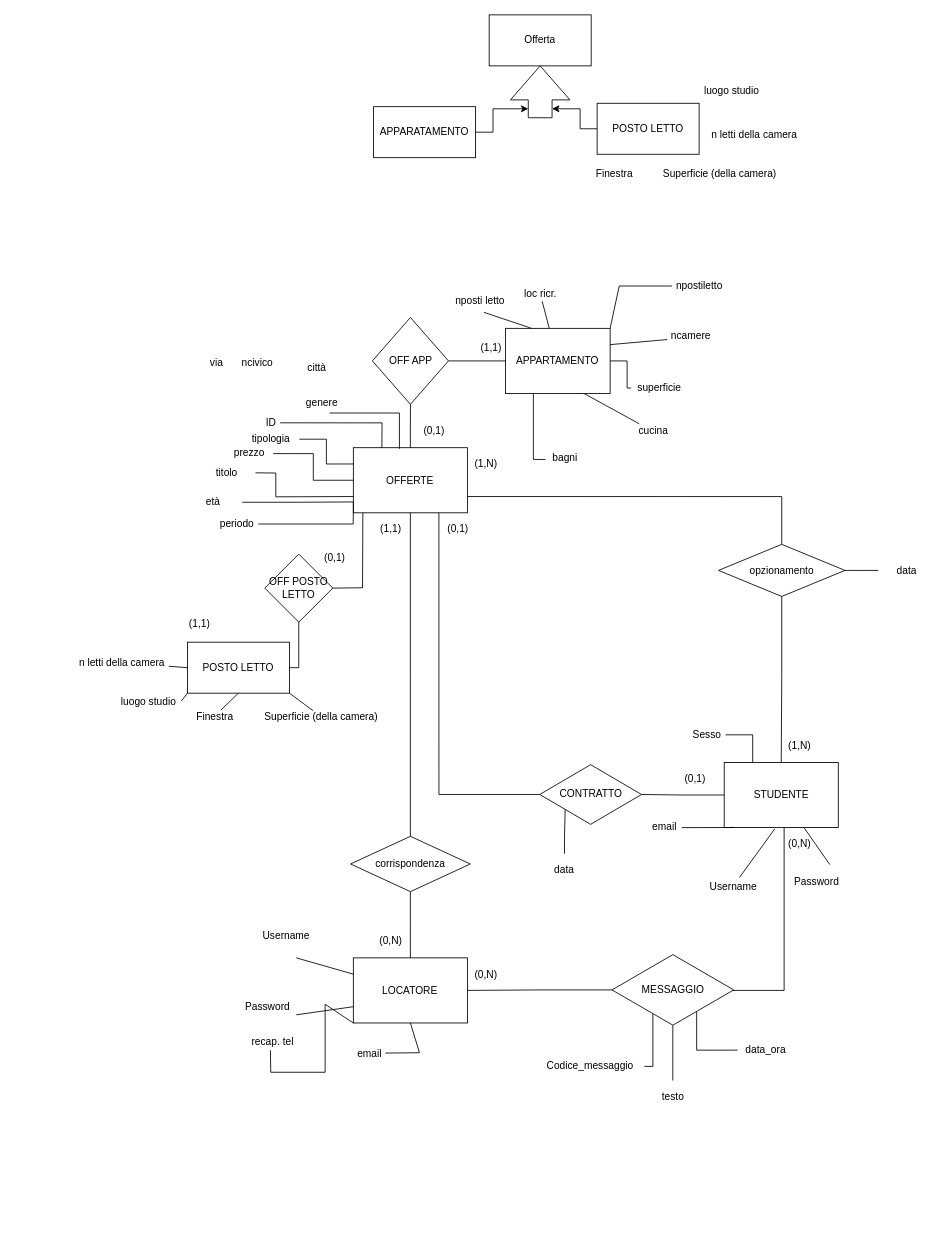
Before: techweb_db.drawio in DavideNunin/TecnologieWeb, a draw.io diagram. Source tidied: cells renumbered, new cells numbered last; positions are measured from the earlier drawing's top-left corner, leaving out a move shared by most shapes. Both pictures are drawn from the tidied source at 85%, with x=0, y=0 at pixel (71, 14).
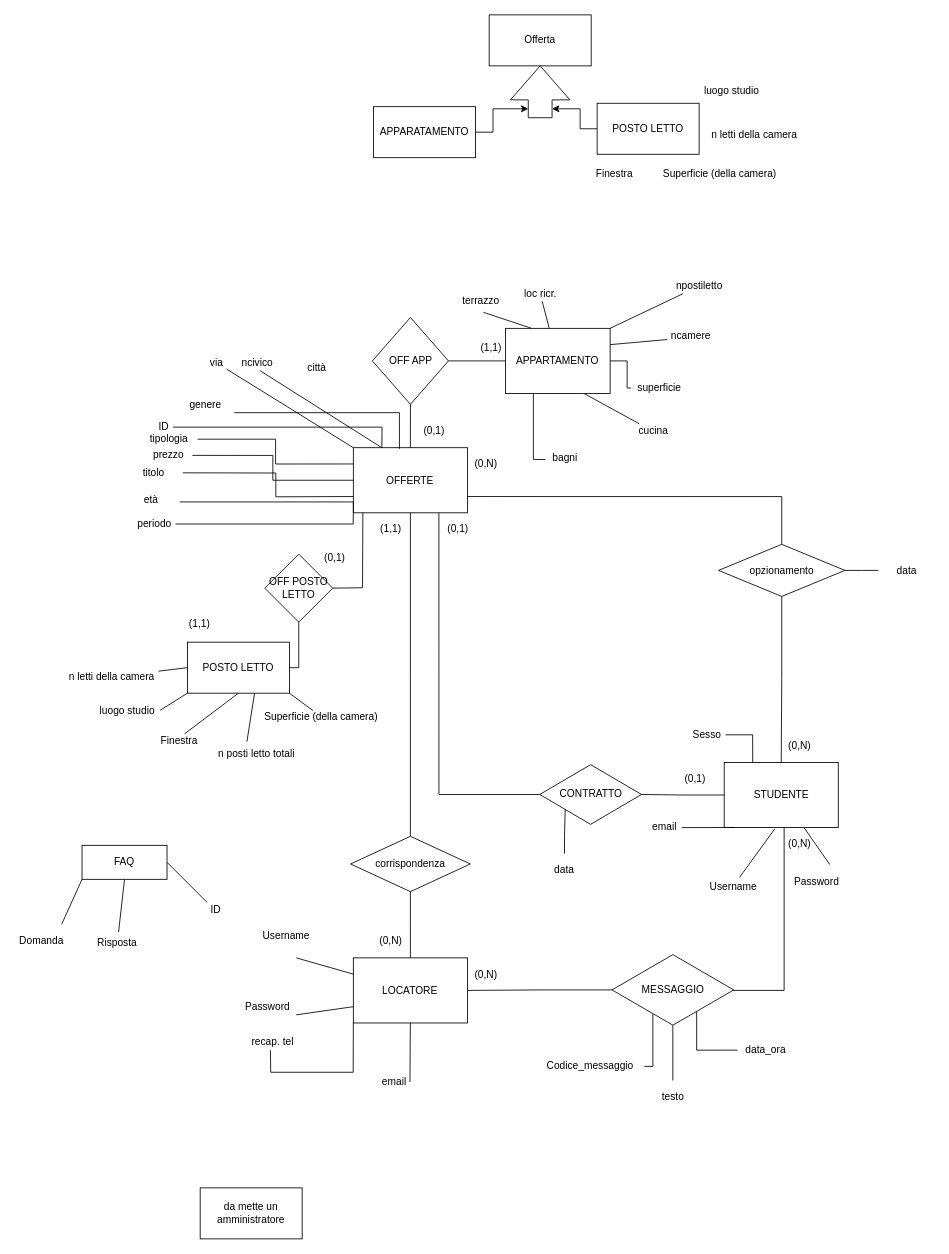
Above is the later version.

Commit message:
aggiunte le FAQ dennis salvaci

The change refers to these unchanged cells:
```xml
<mxCell id="2" style="group;" parent="1" vertex="1">
  <mxGeometry x="197" y="356" width="792" height="936" as="geometry" />
</mxCell>
<mxCell id="9" value="OFFERTE" style="rounded=0;whiteSpace=wrap;html=1;" parent="2" vertex="1">
  <mxGeometry x="134.2" y="153.2" width="134.2" height="76.6" as="geometry" />
</mxCell>
<mxCell id="19" value="LOCATORE" style="whiteSpace=wrap;html=1;rounded=0;" parent="2" vertex="1">
  <mxGeometry x="134.2" y="753.4" width="134.2" height="76.6" as="geometry" />
</mxCell>
<mxCell id="29" value="APPARTAMENTO" style="whiteSpace=wrap;html=1;rounded=0;" parent="2" vertex="1">
  <mxGeometry x="313.2" y="12.8" width="123.1" height="76.6" as="geometry" />
</mxCell>
<mxCell id="71" value="POSTO LETTO" style="whiteSpace=wrap;html=1;" parent="2" vertex="1">
  <mxGeometry x="-61" y="382" width="120" height="60" as="geometry" />
</mxCell>
<mxCell id="82" value="via" style="text;html=1;align=center;verticalAlign=middle;points=[];strokeColor=none;fillColor=none;" parent="2" vertex="1">
  <mxGeometry x="-39.9" y="44" width="25" height="18" as="geometry" />
</mxCell>
<mxCell id="83" value="ncivico" style="text;html=1;align=center;verticalAlign=middle;points=[];strokeColor=none;fillColor=none;" parent="2" vertex="1">
  <mxGeometry x="-2.9" y="44" width="47" height="18" as="geometry" />
</mxCell>
<mxCell id="87" value="npostiletto" style="text;html=1;align=center;verticalAlign=middle;points=[];strokeColor=none;fillColor=none;" parent="1" vertex="1">
  <mxGeometry x="706" y="310" width="64" height="18" as="geometry" />
</mxCell>
<mxCell id="89" value="recap. tel" style="text;html=1;align=center;verticalAlign=middle;points=[];strokeColor=none;fillColor=none;" parent="1" vertex="1">
  <mxGeometry x="206" y="1199" width="60" height="18" as="geometry" />
</mxCell>
```

Change to the diagram source:
```diff
@@
-    <mxCell id="21" value="(1,N)" style="text;html=1;strokeColor=none;fillColor=none;align=center;verticalAlign=middle;whiteSpace=wrap;rounded=0;" parent="2" vertex="1">
+    <mxCell id="21" value="(0,N)" style="text;html=1;strokeColor=none;fillColor=none;align=center;verticalAlign=middle;whiteSpace=wrap;rounded=0;" parent="2" vertex="1">
       <mxGeometry x="257.3" y="153.2" width="67.1" height="38.3" as="geometry" />
     </mxCell>
-    <mxCell id="22" value="(1,N)" style="text;html=1;strokeColor=none;fillColor=none;align=center;verticalAlign=middle;whiteSpace=wrap;rounded=0;" parent="2" vertex="1">
+    <mxCell id="22" value="(0,N)" style="text;html=1;strokeColor=none;fillColor=none;align=center;verticalAlign=middle;whiteSpace=wrap;rounded=0;" parent="2" vertex="1">
       <mxGeometry x="626.4" y="485.2" width="67.1" height="38.3" as="geometry" />
     </mxCell>
@@
-    <mxCell id="35" style="edgeStyle=orthogonalEdgeStyle;rounded=0;jettySize=auto;html=1;endArrow=none;endFill=0;exitX=0.404;exitY=0.018;exitDx=0;exitDy=0;exitPerimeter=0;" parent="2" edge="1" source="9">
-      <mxGeometry relative="1" as="geometry">
-        <mxPoint x="106.3" y="112.4" as="targetPoint" />
-        <Array as="points">
-          <mxPoint x="187.9" y="112.4" />
-        </Array>
-      </mxGeometry>
-    </mxCell>
@@
-    <mxCell id="42" value="prezzo" style="text;html=1;strokeColor=none;fillColor=none;align=center;verticalAlign=middle;whiteSpace=wrap;rounded=0;" parent="2" vertex="1">
-      <mxGeometry x="-16" y="141" width="56" height="38.3" as="geometry" />
-    </mxCell>
-    <mxCell id="43" style="edgeStyle=orthogonalEdgeStyle;rounded=0;jettySize=auto;html=1;entryX=1;entryY=0.5;entryDx=0;entryDy=0;endArrow=none;endFill=0;" parent="2" edge="1" source="9" target="42">
-      <mxGeometry relative="1" as="geometry" />
-    </mxCell>
-    <mxCell id="44" value="tipologia" style="text;html=1;strokeColor=none;fillColor=none;align=center;verticalAlign=middle;whiteSpace=wrap;rounded=0;" parent="2" vertex="1">
-      <mxGeometry x="3.6" y="124" width="67.1" height="38.3" as="geometry" />
-    </mxCell>
-    <mxCell id="45" style="edgeStyle=orthogonalEdgeStyle;rounded=0;jettySize=auto;html=1;exitX=0;exitY=0.25;exitDx=0;exitDy=0;endArrow=none;endFill=0;" parent="2" edge="1" source="9" target="44">
-      <mxGeometry relative="1" as="geometry" />
-    </mxCell>
@@
-    <mxCell id="48" value="genere" style="text;html=1;strokeColor=none;fillColor=none;align=center;verticalAlign=middle;whiteSpace=wrap;rounded=0;" parent="2" vertex="1">
-      <mxGeometry x="63.8" y="81.7" width="67.1" height="38.3" as="geometry" />
-    </mxCell>
@@
-    <mxCell id="60" value="periodo" style="text;html=1;align=center;verticalAlign=middle;points=[];strokeColor=none;fillColor=none;" parent="2" vertex="1">
-      <mxGeometry x="-27.6" y="234" width="50" height="18" as="geometry" />
-    </mxCell>
@@
-    <mxCell id="63" value="ID" style="text;html=1;align=center;verticalAlign=middle;points=[];strokeColor=none;fillColor=none;" parent="2" vertex="1">
-      <mxGeometry x="26.1" y="114.9" width="22" height="18" as="geometry" />
-    </mxCell>
-    <mxCell id="64" style="endArrow=none;html=1;rounded=0;exitX=0.25;exitY=0;exitDx=0;exitDy=0;" parent="2" edge="1" source="9" target="63">
-      <mxGeometry relative="1" as="geometry">
-        <Array as="points">
-          <mxPoint x="168" y="124" />
-        </Array>
-      </mxGeometry>
-    </mxCell>
@@
-    <mxCell id="66" style="endArrow=none;html=1;rounded=0;entryX=0;entryY=1;entryDx=0;entryDy=0;" parent="2" edge="1" source="60" target="9">
-      <mxGeometry relative="1" as="geometry">
-        <Array as="points">
-          <mxPoint x="134" y="243" />
-        </Array>
-      </mxGeometry>
-    </mxCell>
@@
-    <mxCell id="70" value="Finestra" style="text;html=1;align=center;verticalAlign=middle;points=[];strokeColor=none;fillColor=none;" parent="2" vertex="1">
-      <mxGeometry x="-55.2" y="461" width="53" height="18" as="geometry" />
-    </mxCell>
@@
     <mxCell id="73" style="group;" parent="2" vertex="1">
-      <mxGeometry x="-48" y="162.3" width="67.1" height="38.3" as="geometry" />
+      <mxGeometry x="-133.6" y="162.3" width="67.1" height="38.3" as="geometry" />
     </mxCell>
@@
-    <mxCell id="76" style="endArrow=none;html=1;rounded=0;entryX=0.5;entryY=1;entryDx=0;entryDy=0;exitX=0.636;exitY=0.042;exitDx=0;exitDy=0;exitPerimeter=0;" parent="2" edge="1" source="70" target="71">
-      <mxGeometry relative="1" as="geometry" />
-    </mxCell>
@@
-    <mxCell id="85" value="email" style="text;html=1;align=center;verticalAlign=middle;points=[];strokeColor=none;fillColor=none;" parent="1" vertex="1">
-      <mxGeometry x="330" y="1213" width="39" height="18" as="geometry" />
+    <mxCell id="85" value="email" style="text;html=1;align=center;verticalAlign=middle;points=[];strokeColor=none;fillColor=none;" parent="2" vertex="1">
+      <mxGeometry x="162" y="891" width="39" height="18" as="geometry" />
     </mxCell>
-    <mxCell id="86" style="endArrow=none;html=1;rounded=0;entryX=0.5;entryY=1;entryDx=0;entryDy=0;exitX=0.995;exitY=0.467;exitDx=0;exitDy=0;exitPerimeter=0;" parent="1" edge="1" source="85" target="19">
+    <mxCell id="86" style="endArrow=none;html=1;rounded=0;entryX=0.5;entryY=1;entryDx=0;entryDy=0;exitX=0.995;exitY=0.467;exitDx=0;exitDy=0;exitPerimeter=0;" parent="2" edge="1" source="85" target="19">
       <mxGeometry relative="1" as="geometry">
         <Array as="points">
-          <mxPoint x="409" y="1221" />
+          <mxPoint x="201" y="865" />
         </Array>
       </mxGeometry>
     </mxCell>
+    <mxCell id="115" style="endArrow=none;html=1;rounded=0;entryX=0;entryY=0;entryDx=0;entryDy=0;" parent="2" edge="1" source="82" target="9">
+      <mxGeometry relative="1" as="geometry" />
+    </mxCell>
+    <mxCell id="116" style="endArrow=none;html=1;rounded=0;entryX=0.25;entryY=0;entryDx=0;entryDy=0;exitX=0.586;exitY=1.042;exitDx=0;exitDy=0;exitPerimeter=0;" parent="2" edge="1" source="83" target="9">
+      <mxGeometry relative="1" as="geometry" />
+    </mxCell>
@@
     <mxCell id="88" style="endArrow=none;html=1;rounded=0;exitX=1;exitY=0;exitDx=0;exitDy=0;" parent="1" edge="1" source="29" target="87">
-      <mxGeometry relative="1" as="geometry">
-        <Array as="points">
-          <mxPoint x="644" y="319" />
-        </Array>
-      </mxGeometry>
+      <mxGeometry relative="1" as="geometry" />
     </mxCell>
@@
     <mxCell id="90" style="endArrow=none;html=1;rounded=0;exitX=0.461;exitY=1.065;exitDx=0;exitDy=0;exitPerimeter=0;entryX=0;entryY=1;entryDx=0;entryDy=0;" parent="1" edge="1" source="89" target="19">
       <mxGeometry relative="1" as="geometry">
         <Array as="points">
           <mxPoint x="234" y="1244" />
           <mxPoint x="298" y="1244" />
-          <mxPoint x="298" y="1164" />
+          <mxPoint x="331" y="1244" />
         </Array>
       </mxGeometry>
     </mxCell>
@@
-    <mxCell id="103" value="nposti letto" style="text;html=1;align=center;verticalAlign=middle;points=[];strokeColor=none;fillColor=none;" parent="1" vertex="1">
-      <mxGeometry x="446" y="328" width="68" height="18" as="geometry" />
+    <mxCell id="103" value="terrazzo" style="text;html=1;align=center;verticalAlign=middle;points=[];strokeColor=none;fillColor=none;" parent="1" vertex="1">
+      <mxGeometry x="454" y="328" width="53" height="18" as="geometry" />
     </mxCell>
@@
     <mxCell id="105" value="età" style="text;html=1;strokeColor=none;fillColor=none;align=center;verticalAlign=middle;whiteSpace=wrap;rounded=0;" parent="1" vertex="1">
-      <mxGeometry x="133.4" y="554.3" width="67.1" height="38.3" as="geometry" />
+      <mxGeometry x="59.9" y="552" width="67.1" height="38.3" as="geometry" />
     </mxCell>
@@
     <mxCell id="107" value="luogo studio" style="text;html=1;align=center;verticalAlign=middle;points=[];strokeColor=none;fillColor=none;" parent="1" vertex="1">
-      <mxGeometry x="52" y="799" width="75" height="18" as="geometry" />
+      <mxGeometry x="27" y="810" width="75" height="18" as="geometry" />
     </mxCell>
     <mxCell id="108" value="&amp;nbsp;n letti della camera" style="text;html=1;align=center;verticalAlign=middle;points=[];strokeColor=none;fillColor=none;" parent="1" vertex="1">
-      <mxGeometry y="753" width="114" height="18" as="geometry" />
+      <mxGeometry x="-12" y="770" width="114" height="18" as="geometry" />
     </mxCell>
@@
+    <mxCell id="117" style="endArrow=none;html=1;rounded=0;exitX=0.658;exitY=1.001;exitDx=0;exitDy=0;exitPerimeter=0;" parent="1" edge="1" source="71">
+      <mxGeometry relative="1" as="geometry">
+        <mxPoint x="206" y="855" as="targetPoint" />
+      </mxGeometry>
+    </mxCell>
+    <mxCell id="118" value="n posti letto totali" style="text;html=1;align=center;verticalAlign=middle;strokeColor=none;fillColor=none;" parent="1" vertex="1">
+      <mxGeometry x="167" y="860" width="100" height="18" as="geometry" />
+    </mxCell>
+    <mxCell id="60" value="periodo" style="text;html=1;align=center;verticalAlign=middle;points=[];strokeColor=none;fillColor=none;" parent="1" vertex="1">
+      <mxGeometry x="72" y="590" width="50" height="18" as="geometry" />
+    </mxCell>
+    <mxCell id="66" style="endArrow=none;html=1;rounded=0;entryX=0;entryY=1;entryDx=0;entryDy=0;" parent="1" edge="1" source="60" target="9">
+      <mxGeometry relative="1" as="geometry">
+        <Array as="points">
+          <mxPoint x="331" y="599" />
+        </Array>
+      </mxGeometry>
+    </mxCell>
+    <mxCell id="44" value="tipologia" style="text;html=1;strokeColor=none;fillColor=none;align=center;verticalAlign=middle;whiteSpace=wrap;rounded=0;" parent="1" vertex="1">
+      <mxGeometry x="81" y="480" width="67.1" height="38.3" as="geometry" />
+    </mxCell>
+    <mxCell id="45" style="edgeStyle=orthogonalEdgeStyle;rounded=0;jettySize=auto;html=1;exitX=0;exitY=0.25;exitDx=0;exitDy=0;endArrow=none;endFill=0;" parent="1" edge="1" source="9" target="44">
+      <mxGeometry relative="1" as="geometry" />
+    </mxCell>
+    <mxCell id="42" value="prezzo" style="text;html=1;strokeColor=none;fillColor=none;align=center;verticalAlign=middle;whiteSpace=wrap;rounded=0;" parent="1" vertex="1">
+      <mxGeometry x="85.8" y="499.1" width="56" height="38.3" as="geometry" />
+    </mxCell>
+    <mxCell id="43" style="edgeStyle=orthogonalEdgeStyle;rounded=0;jettySize=auto;html=1;entryX=1;entryY=0.5;entryDx=0;entryDy=0;endArrow=none;endFill=0;" parent="1" edge="1" source="9" target="42">
+      <mxGeometry relative="1" as="geometry" />
+    </mxCell>
+    <mxCell id="63" value="ID" style="text;html=1;align=center;verticalAlign=middle;points=[];strokeColor=none;fillColor=none;" parent="1" vertex="1">
+      <mxGeometry x="97" y="476" width="22" height="18" as="geometry" />
+    </mxCell>
+    <mxCell id="64" style="endArrow=none;html=1;rounded=0;exitX=0.25;exitY=0;exitDx=0;exitDy=0;" parent="1" edge="1" source="9" target="63">
+      <mxGeometry relative="1" as="geometry">
+        <Array as="points">
+          <mxPoint x="365" y="485" />
+        </Array>
+      </mxGeometry>
+    </mxCell>
+    <mxCell id="48" value="genere" style="text;html=1;strokeColor=none;fillColor=none;align=center;verticalAlign=middle;whiteSpace=wrap;rounded=0;" parent="1" vertex="1">
+      <mxGeometry x="124" y="440" width="67.1" height="38.3" as="geometry" />
+    </mxCell>
+    <mxCell id="35" style="edgeStyle=orthogonalEdgeStyle;rounded=0;jettySize=auto;html=1;endArrow=none;endFill=0;exitX=0.404;exitY=0.018;exitDx=0;exitDy=0;exitPerimeter=0;" parent="1" edge="1" source="9" target="48">
+      <mxGeometry relative="1" as="geometry">
+        <Array as="points">
+          <mxPoint x="385" y="468" />
+        </Array>
+      </mxGeometry>
+    </mxCell>
+    <mxCell id="70" value="Finestra" style="text;html=1;align=center;verticalAlign=middle;points=[];strokeColor=none;fillColor=none;" parent="1" vertex="1">
+      <mxGeometry x="99" y="845" width="53" height="18" as="geometry" />
+    </mxCell>
+    <mxCell id="76" style="endArrow=none;html=1;rounded=0;entryX=0.5;entryY=1;entryDx=0;entryDy=0;exitX=0.636;exitY=0.042;exitDx=0;exitDy=0;exitPerimeter=0;" parent="1" edge="1" source="70" target="71">
+      <mxGeometry relative="1" as="geometry" />
+    </mxCell>
+    <mxCell id="119" value="FAQ" style="whiteSpace=wrap;html=1;align=center;" parent="1" vertex="1">
+      <mxGeometry x="12" y="977" width="100" height="40" as="geometry" />
+    </mxCell>
+    <mxCell id="120" style="endArrow=none;html=1;rounded=0;entryX=0;entryY=1;entryDx=0;entryDy=0;" parent="1" edge="1" target="119">
+      <mxGeometry relative="1" as="geometry">
+        <mxPoint x="-12" y="1070" as="sourcePoint" />
+      </mxGeometry>
+    </mxCell>
+    <mxCell id="121" value="Domanda" style="text;html=1;align=center;verticalAlign=middle;strokeColor=none;fillColor=none;" parent="1" vertex="1">
+      <mxGeometry x="-67" y="1080" width="62" height="18" as="geometry" />
+    </mxCell>
+    <mxCell id="122" style="endArrow=none;html=1;rounded=0;exitX=0.5;exitY=1;exitDx=0;exitDy=0;" parent="1" edge="1" source="119">
+      <mxGeometry relative="1" as="geometry">
+        <mxPoint x="55" y="1079" as="targetPoint" />
+      </mxGeometry>
+    </mxCell>
+    <mxCell id="123" value="Risposta" style="text;html=1;align=center;verticalAlign=middle;strokeColor=none;fillColor=none;" parent="1" vertex="1">
+      <mxGeometry x="25" y="1083" width="56" height="18" as="geometry" />
+    </mxCell>
+    <mxCell id="124" style="endArrow=none;html=1;rounded=0;exitX=1;exitY=0.5;exitDx=0;exitDy=0;" parent="1" edge="1" source="119">
+      <mxGeometry relative="1" as="geometry">
+        <mxPoint x="159" y="1044" as="targetPoint" />
+      </mxGeometry>
+    </mxCell>
+    <mxCell id="125" value="ID" style="text;html=1;align=center;verticalAlign=middle;strokeColor=none;fillColor=none;" parent="1" vertex="1">
+      <mxGeometry x="158" y="1044" width="22" height="18" as="geometry" />
+    </mxCell>
+    <mxCell id="126" value="da mette un amministratore" style="whiteSpace=wrap;html=1;" parent="1" vertex="1">
+      <mxGeometry x="151" y="1380" width="120" height="60" as="geometry" />
+    </mxCell>
```
